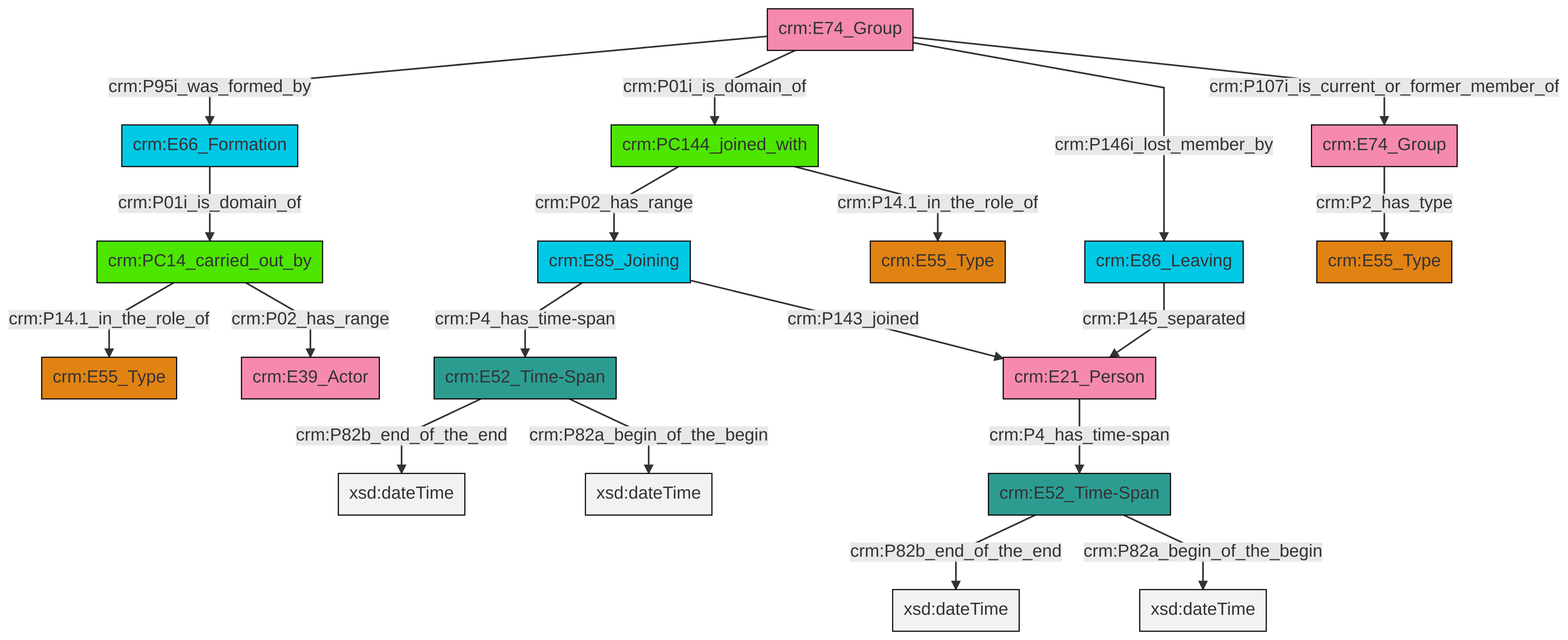
The Mermaid diagram et/groupCSV/ttl/mmd/png/group_actor_relations.png in swiss-art-research-net/reference-data-models, before a commit. Its source is kept beside it as et/groupCSV/ttl/mmd/group_actor_relations.ttl.mmd. The source it was exported from:
```mermaid
graph TD
classDef Literal fill:#f2f2f2,stroke:#000000;
classDef CRM_Entity fill:#FFFFFF,stroke:#000000;
classDef Temporal_Entity fill:#00C9E6, stroke:#000000;
classDef Type fill:#E18312, stroke:#000000;
classDef Time-Span fill:#2C9C91, stroke:#000000;
classDef Appellation fill:#FFEB7F, stroke:#000000;
classDef Place fill:#008836, stroke:#000000;
classDef Persistent_Item fill:#B266B2, stroke:#000000;
classDef Conceptual_Object fill:#FFD700, stroke:#000000;
classDef Physical_Thing fill:#D2B48C, stroke:#000000;
classDef Actor fill:#f58aad, stroke:#000000;
classDef PC_Classes fill:#4ce600, stroke:#000000;
classDef Multi fill:#cccccc,stroke:#000000;

2["crm:E52_Time-Span"]:::Time-Span -->|crm:P82b_end_of_the_end| 3[xsd:dateTime]:::Literal
8["crm:E21_Person"]:::Actor -->|crm:P4_has_time-span| 2["crm:E52_Time-Span"]:::Time-Span
2["crm:E52_Time-Span"]:::Time-Span -->|crm:P82a_begin_of_the_begin| 9[xsd:dateTime]:::Literal
11["crm:E74_Group"]:::Actor -->|crm:P95i_was_formed_by| 12["crm:E66_Formation"]:::Temporal_Entity
11["crm:E74_Group"]:::Actor -->|crm:P01i_is_domain_of| 13["crm:PC144_joined_with"]:::PC_Classes
14["crm:E74_Group"]:::Actor -->|crm:P2_has_type| 15["crm:E55_Type"]:::Type
13["crm:PC144_joined_with"]:::PC_Classes -->|crm:P02_has_range| 0["crm:E85_Joining"]:::Temporal_Entity
12["crm:E66_Formation"]:::Temporal_Entity -->|crm:P01i_is_domain_of| 6["crm:PC14_carried_out_by"]:::PC_Classes
4["crm:E52_Time-Span"]:::Time-Span -->|crm:P82b_end_of_the_end| 23[xsd:dateTime]:::Literal
13["crm:PC144_joined_with"]:::PC_Classes -->|crm:P14.1_in_the_role_of| 20["crm:E55_Type"]:::Type
0["crm:E85_Joining"]:::Temporal_Entity -->|crm:P4_has_time-span| 4["crm:E52_Time-Span"]:::Time-Span
11["crm:E74_Group"]:::Actor -->|crm:P146i_lost_member_by| 24["crm:E86_Leaving"]:::Temporal_Entity
11["crm:E74_Group"]:::Actor -->|crm:P107i_is_current_or_former_member_of| 14["crm:E74_Group"]:::Actor
4["crm:E52_Time-Span"]:::Time-Span -->|crm:P82a_begin_of_the_begin| 28[xsd:dateTime]:::Literal
6["crm:PC14_carried_out_by"]:::PC_Classes -->|crm:P14.1_in_the_role_of| 18["crm:E55_Type"]:::Type
0["crm:E85_Joining"]:::Temporal_Entity -->|crm:P143_joined| 8["crm:E21_Person"]:::Actor
6["crm:PC14_carried_out_by"]:::PC_Classes -->|crm:P02_has_range| 25["crm:E39_Actor"]:::Actor
24["crm:E86_Leaving"]:::Temporal_Entity -->|crm:P145_separated| 8["crm:E21_Person"]:::Actor
```
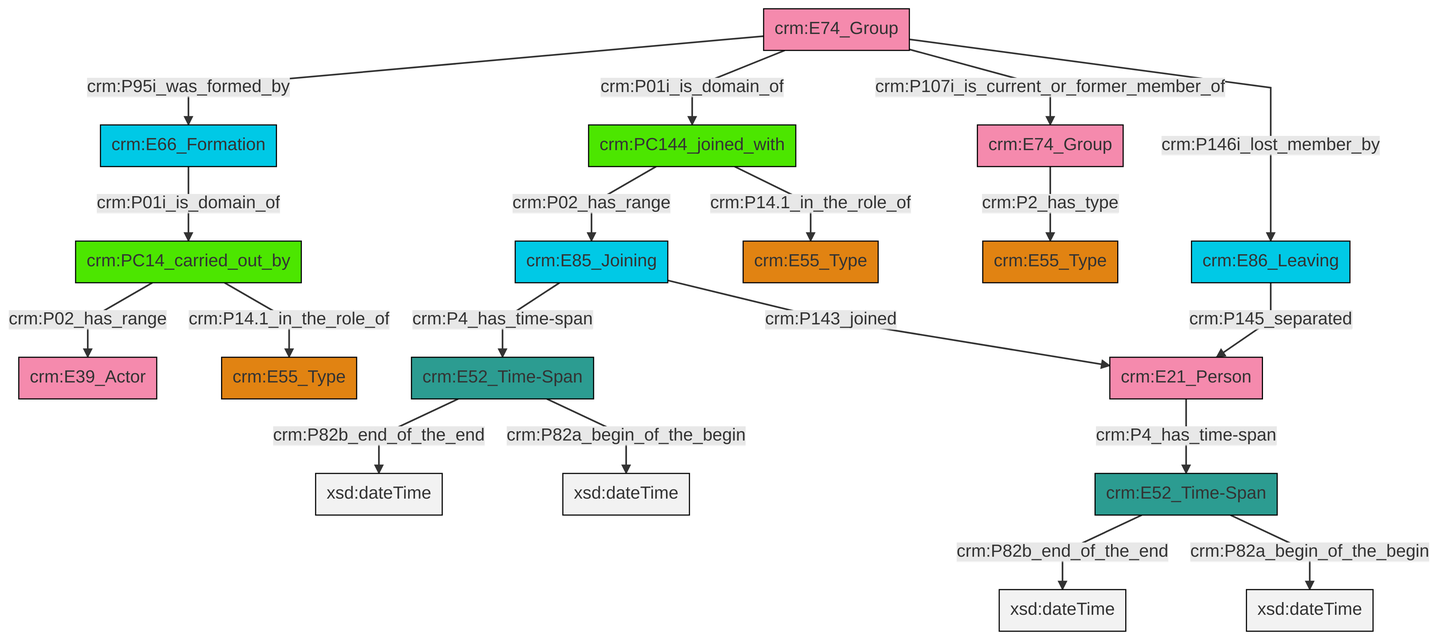
The same diagram one commit later.

The edit, as a diff of the source:
```diff
@@ -13,21 +13,21 @@
 classDef PC_Classes fill:#4ce600, stroke:#000000;
 classDef Multi fill:#cccccc,stroke:#000000;
 
-2["crm:E52_Time-Span"]:::Time-Span -->|crm:P82b_end_of_the_end| 3[xsd:dateTime]:::Literal
-8["crm:E21_Person"]:::Actor -->|crm:P4_has_time-span| 2["crm:E52_Time-Span"]:::Time-Span
-2["crm:E52_Time-Span"]:::Time-Span -->|crm:P82a_begin_of_the_begin| 9[xsd:dateTime]:::Literal
-11["crm:E74_Group"]:::Actor -->|crm:P95i_was_formed_by| 12["crm:E66_Formation"]:::Temporal_Entity
-11["crm:E74_Group"]:::Actor -->|crm:P01i_is_domain_of| 13["crm:PC144_joined_with"]:::PC_Classes
-14["crm:E74_Group"]:::Actor -->|crm:P2_has_type| 15["crm:E55_Type"]:::Type
-13["crm:PC144_joined_with"]:::PC_Classes -->|crm:P02_has_range| 0["crm:E85_Joining"]:::Temporal_Entity
-12["crm:E66_Formation"]:::Temporal_Entity -->|crm:P01i_is_domain_of| 6["crm:PC14_carried_out_by"]:::PC_Classes
-4["crm:E52_Time-Span"]:::Time-Span -->|crm:P82b_end_of_the_end| 23[xsd:dateTime]:::Literal
-13["crm:PC144_joined_with"]:::PC_Classes -->|crm:P14.1_in_the_role_of| 20["crm:E55_Type"]:::Type
-0["crm:E85_Joining"]:::Temporal_Entity -->|crm:P4_has_time-span| 4["crm:E52_Time-Span"]:::Time-Span
-11["crm:E74_Group"]:::Actor -->|crm:P146i_lost_member_by| 24["crm:E86_Leaving"]:::Temporal_Entity
-11["crm:E74_Group"]:::Actor -->|crm:P107i_is_current_or_former_member_of| 14["crm:E74_Group"]:::Actor
-4["crm:E52_Time-Span"]:::Time-Span -->|crm:P82a_begin_of_the_begin| 28[xsd:dateTime]:::Literal
-6["crm:PC14_carried_out_by"]:::PC_Classes -->|crm:P14.1_in_the_role_of| 18["crm:E55_Type"]:::Type
-0["crm:E85_Joining"]:::Temporal_Entity -->|crm:P143_joined| 8["crm:E21_Person"]:::Actor
-6["crm:PC14_carried_out_by"]:::PC_Classes -->|crm:P02_has_range| 25["crm:E39_Actor"]:::Actor
-24["crm:E86_Leaving"]:::Temporal_Entity -->|crm:P145_separated| 8["crm:E21_Person"]:::Actor
+0["crm:PC14_carried_out_by"]:::PC_Classes -->|crm:P02_has_range| 1["crm:E39_Actor"]:::Actor
+9["crm:E52_Time-Span"]:::Time-Span -->|crm:P82b_end_of_the_end| 10[xsd:dateTime]:::Literal
+11["crm:E66_Formation"]:::Temporal_Entity -->|crm:P01i_is_domain_of| 0["crm:PC14_carried_out_by"]:::PC_Classes
+12["crm:E74_Group"]:::Actor -->|crm:P146i_lost_member_by| 3["crm:E86_Leaving"]:::Temporal_Entity
+0["crm:PC14_carried_out_by"]:::PC_Classes -->|crm:P14.1_in_the_role_of| 5["crm:E55_Type"]:::Type
+13["crm:PC144_joined_with"]:::PC_Classes -->|crm:P14.1_in_the_role_of| 14["crm:E55_Type"]:::Type
+7["crm:E74_Group"]:::Actor -->|crm:P2_has_type| 15["crm:E55_Type"]:::Type
+3["crm:E86_Leaving"]:::Temporal_Entity -->|crm:P145_separated| 16["crm:E21_Person"]:::Actor
+17["crm:E85_Joining"]:::Temporal_Entity -->|crm:P4_has_time-span| 9["crm:E52_Time-Span"]:::Time-Span
+9["crm:E52_Time-Span"]:::Time-Span -->|crm:P82a_begin_of_the_begin| 18[xsd:dateTime]:::Literal
+16["crm:E21_Person"]:::Actor -->|crm:P4_has_time-span| 20["crm:E52_Time-Span"]:::Time-Span
+20["crm:E52_Time-Span"]:::Time-Span -->|crm:P82b_end_of_the_end| 22[xsd:dateTime]:::Literal
+12["crm:E74_Group"]:::Actor -->|crm:P107i_is_current_or_former_member_of| 7["crm:E74_Group"]:::Actor
+17["crm:E85_Joining"]:::Temporal_Entity -->|crm:P143_joined| 16["crm:E21_Person"]:::Actor
+13["crm:PC144_joined_with"]:::PC_Classes -->|crm:P02_has_range| 17["crm:E85_Joining"]:::Temporal_Entity
+12["crm:E74_Group"]:::Actor -->|crm:P01i_is_domain_of| 13["crm:PC144_joined_with"]:::PC_Classes
+20["crm:E52_Time-Span"]:::Time-Span -->|crm:P82a_begin_of_the_begin| 28[xsd:dateTime]:::Literal
+12["crm:E74_Group"]:::Actor -->|crm:P95i_was_formed_by| 11["crm:E66_Formation"]:::Temporal_Entity
```
